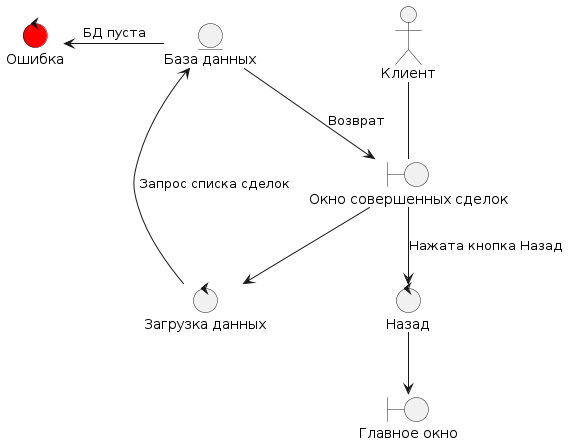
Earlier version of the PlantUML export Diagrams/images/Prigodnost/Client_View_Deal.png (Student7751/CourseWork).
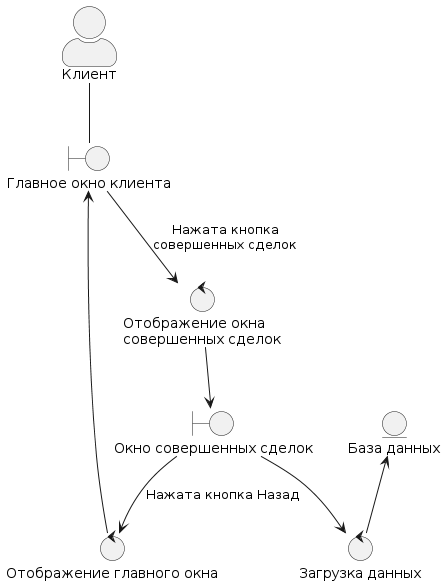
The same diagram one commit later.

The edit, as a diff of the source:
```diff
@@ -1,22 +1,27 @@
 @startuml
+skinparam actorStyle awesome
+
 boundary "Окно совершенных сделок" as client_view_window
-boundary "Главное окно" as main_window
+boundary "Главное окно клиента" as main_window
 
 actor "Клиент" as user
 
 
-control "Назад" as back_control
+control "Отображение главного окна" as back_control
+control "Отображение окна \nсовершенных сделок" as deals_control
+
 control "Загрузка данных" as load_control
-control "Ошибка" as error #red
 
-user -- client_view_window
 
+user -- main_window
+main_window --> deals_control : Нажата кнопка\nсовершенных сделок
+deals_control --> client_view_window
 entity "База данных" as DB
 
 client_view_window --> back_control: Нажата кнопка Назад
 back_control --> main_window
 client_view_window --> load_control
-DB  <-- load_control: Запрос списка сделок
-DB --> client_view_window : Возврат
-DB-left-> error: БД пуста
+DB  <-- load_control
+
+main_window -up- user
 @enduml
```
